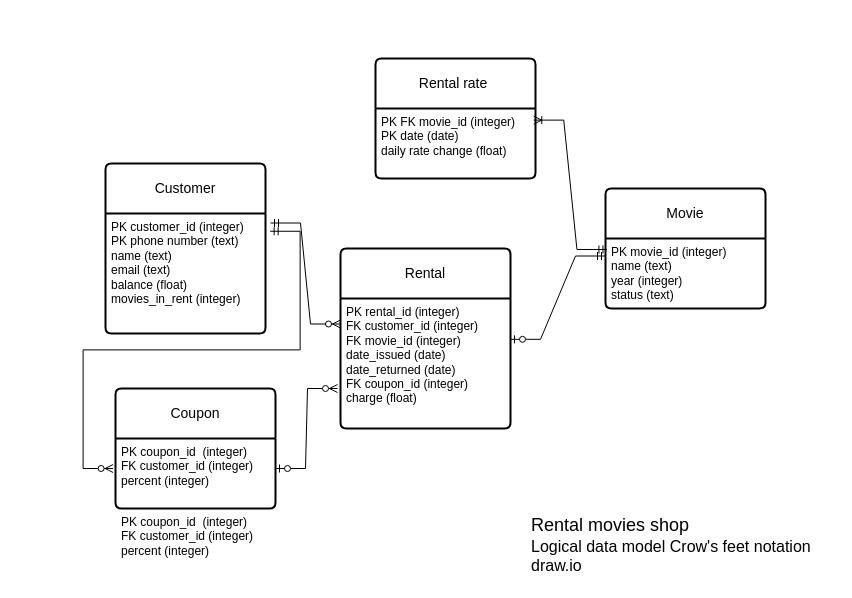
The draw.io diagram logical rental movie shop.drawio in boudzela/data_model_rental_movie_shop, before the edit. Source tidied: cells renumbered, new cells numbered last; positions are measured from the earlier drawing's top-left corner, leaving out a move shared by most shapes. Both pictures are drawn from the tidied source at 100%, with x=0, y=0 at pixel (-196, 58).
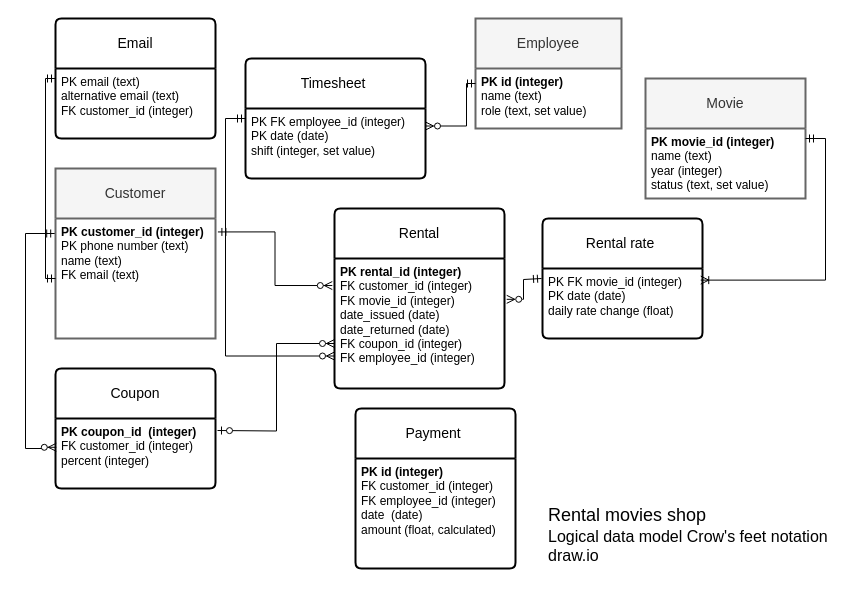
After the change.

The change refers to these unchanged cells:
```xml
<mxCell id="13" value="PK FK movie_id (integer)&lt;div&gt;PK date (date)&lt;/div&gt;&lt;div&gt;daily rate change (float)&amp;nbsp;&amp;nbsp;&lt;/div&gt;" style="align=left;strokeColor=none;fillColor=none;spacingLeft=4;spacingRight=4;fontSize=12;verticalAlign=top;html=1;whiteSpace=wrap;" parent="12" vertex="1">
  <mxGeometry y="50" width="160" height="70" as="geometry" />
</mxCell>
```

The edit, as a diff of the source:
```diff
@@
-    <mxCell id="2" value="Customer" style="swimlane;horizontal=1;startSize=50;rounded=1;fontSize=14;fontStyle=0;strokeWidth=2;shadow=0;dashed=0;align=center;arcSize=4;whiteSpace=wrap;html=1;" parent="1" vertex="1">
-      <mxGeometry x="301" y="105" width="160" height="170" as="geometry" />
+    <mxCell id="2" value="Customer" style="swimlane;horizontal=1;startSize=50;fontSize=14;fontStyle=0;strokeWidth=2;shadow=0;dashed=0;align=center;arcSize=4;whiteSpace=wrap;html=1;fillColor=#f5f5f5;fontColor=#333333;strokeColor=#666666;" parent="1" vertex="1">
+      <mxGeometry x="251" y="110" width="160" height="170" as="geometry" />
     </mxCell>
-    <mxCell id="3" value="PK customer_id (integer)&lt;br&gt;PK phone number (text)&lt;br&gt;name (text)&lt;br&gt;&lt;div&gt;email (text)&lt;/div&gt;&lt;div&gt;balance (float)&lt;/div&gt;&lt;div&gt;movies_in_rent (integer)&lt;/div&gt;" style="align=left;strokeColor=none;fillColor=none;spacingLeft=4;spacingRight=4;fontSize=12;verticalAlign=top;html=1;whiteSpace=wrap;" parent="2" vertex="1">
+    <mxCell id="3" value="&lt;b&gt;PK customer_id (integer)&lt;/b&gt;&lt;br&gt;PK phone number (text)&lt;br&gt;name (text)&lt;br&gt;&lt;div&gt;FK email (text)&lt;/div&gt;&lt;div&gt;&lt;br&gt;&lt;/div&gt;" style="align=left;strokeColor=none;fillColor=none;spacingLeft=4;spacingRight=4;fontSize=12;verticalAlign=top;html=1;whiteSpace=wrap;" parent="2" vertex="1">
       <mxGeometry y="50" width="160" height="120" as="geometry" />
     </mxCell>
-    <mxCell id="4" style="edgeStyle=entityRelationEdgeStyle;fontSize=12;html=1;endArrow=ERzeroToMany;startArrow=ERmandOne;rounded=0;entryX=-0.015;entryY=0.377;entryDx=0;entryDy=0;entryPerimeter=0;exitX=1.029;exitY=0.148;exitDx=0;exitDy=0;exitPerimeter=0;" parent="2" edge="1" source="3">
-      <mxGeometry relative="1" as="geometry">
-        <mxPoint x="7.6" y="305" as="targetPoint" />
-        <Array as="points">
-          <mxPoint x="-80" y="65" />
-          <mxPoint x="-277.4" y="57.6" />
-          <mxPoint x="-170.8" y="113.6" />
-          <mxPoint x="-300.8" y="123.6" />
-          <mxPoint x="-210.8" y="213.6" />
-          <mxPoint x="-190.8" y="63.6" />
-          <mxPoint x="-257.4" y="63.6" />
-          <mxPoint x="-184.4" y="-70.4" />
-          <mxPoint x="-277.4" y="143.6" />
-        </Array>
-      </mxGeometry>
-    </mxCell>
     <mxCell id="5" value="Coupon" style="swimlane;horizontal=1;startSize=50;rounded=1;fontSize=14;fontStyle=0;strokeWidth=2;shadow=0;dashed=0;align=center;arcSize=4;whiteSpace=wrap;html=1;" parent="1" vertex="1">
-      <mxGeometry x="311" y="330" width="160" height="120" as="geometry" />
+      <mxGeometry x="251" y="310" width="160" height="120" as="geometry" />
     </mxCell>
-    <mxCell id="6" value="PK coupon_id&amp;nbsp; (integer)&lt;br&gt;FK customer_id (integer)&lt;br&gt;percent (integer)" style="align=left;strokeColor=none;fillColor=none;spacingLeft=4;spacingRight=4;fontSize=12;verticalAlign=top;html=1;whiteSpace=wrap;" parent="5" vertex="1">
+    <mxCell id="6" value="&lt;b&gt;PK coupon_id&amp;nbsp; (integer)&lt;/b&gt;&lt;br&gt;FK customer_id (integer)&lt;br&gt;percent (integer)" style="align=left;strokeColor=none;fillColor=none;spacingLeft=4;spacingRight=4;fontSize=12;verticalAlign=top;html=1;whiteSpace=wrap;" parent="5" vertex="1">
       <mxGeometry y="50" width="160" height="70" as="geometry" />
     </mxCell>
-    <mxCell id="7" value="PK coupon_id&amp;nbsp; (integer)&lt;br&gt;FK customer_id (integer)&lt;br&gt;percent (integer)" style="align=left;strokeColor=none;fillColor=none;spacingLeft=4;spacingRight=4;fontSize=12;verticalAlign=top;html=1;whiteSpace=wrap;" parent="5" vertex="1">
-      <mxGeometry y="120" width="160" as="geometry" />
-    </mxCell>
     <mxCell id="8" value="Rental" style="swimlane;horizontal=1;startSize=50;rounded=1;fontSize=14;fontStyle=0;strokeWidth=2;shadow=0;dashed=0;align=center;arcSize=4;whiteSpace=wrap;html=1;" parent="1" vertex="1">
-      <mxGeometry x="536" y="190" width="170" height="180" as="geometry" />
+      <mxGeometry x="530" y="150" width="170" height="180" as="geometry" />
     </mxCell>
+    <mxCell id="19" style="edgeStyle=orthogonalEdgeStyle;fontSize=12;html=1;endArrow=ERmandOne;startArrow=ERzeroToMany;rounded=0;exitX=1.013;exitY=0.314;exitDx=0;exitDy=0;exitPerimeter=0;startFill=0;" parent="8" edge="1" source="9">
+      <mxGeometry relative="1" as="geometry">
+        <mxPoint x="207" y="70" as="targetPoint" />
+        <Array as="points">
+          <mxPoint x="189" y="91" />
+          <mxPoint x="189" y="71" />
+        </Array>
+      </mxGeometry>
+    </mxCell>
-    <mxCell id="9" value="PK rental_id (integer)&lt;br&gt;FK customer_id (integer)&lt;br&gt;FK movie_id (integer)&lt;div&gt;date_issued (date)&lt;/div&gt;&lt;div&gt;date_returned (date)&amp;nbsp;&amp;nbsp;&lt;/div&gt;&lt;div&gt;FK coupon_id (integer)&lt;/div&gt;&lt;div&gt;charge (float)&amp;nbsp;&lt;/div&gt;" style="align=left;strokeColor=none;fillColor=none;spacingLeft=4;spacingRight=4;fontSize=12;verticalAlign=top;html=1;whiteSpace=wrap;" parent="8" vertex="1">
+    <mxCell id="9" value="&lt;b&gt;PK rental_id (integer)&lt;/b&gt;&lt;br&gt;FK customer_id (integer)&lt;br&gt;FK movie_id (integer)&lt;div&gt;date_issued (date)&lt;/div&gt;&lt;div&gt;date_returned (date)&amp;nbsp;&amp;nbsp;&lt;/div&gt;&lt;div&gt;FK coupon_id (integer)&lt;/div&gt;&lt;div&gt;FK employee_id (integer)&lt;/div&gt;" style="align=left;strokeColor=none;fillColor=none;spacingLeft=4;spacingRight=4;fontSize=12;verticalAlign=top;html=1;whiteSpace=wrap;" parent="8" vertex="1">
       <mxGeometry y="50" width="170" height="130" as="geometry" />
     </mxCell>
-    <mxCell id="10" value="Movie" style="swimlane;horizontal=1;startSize=50;rounded=1;fontSize=14;fontStyle=0;strokeWidth=2;shadow=0;dashed=0;align=center;arcSize=4;whiteSpace=wrap;html=1;" parent="1" vertex="1">
-      <mxGeometry x="801" y="130" width="160" height="120" as="geometry" />
+    <mxCell id="10" value="Movie" style="swimlane;horizontal=1;startSize=50;fontSize=14;fontStyle=0;strokeWidth=2;shadow=0;dashed=0;align=center;arcSize=4;whiteSpace=wrap;html=1;fillColor=#f5f5f5;fontColor=#333333;strokeColor=#666666;" parent="1" vertex="1">
+      <mxGeometry x="841" y="20" width="160" height="120" as="geometry" />
     </mxCell>
-    <mxCell id="11" value="PK movie_id (integer)&lt;br&gt;name (text)&lt;div&gt;year (integer)&lt;br&gt;status (text)&lt;/div&gt;" style="align=left;strokeColor=none;fillColor=none;spacingLeft=4;spacingRight=4;fontSize=12;verticalAlign=top;html=1;whiteSpace=wrap;" parent="10" vertex="1">
+    <mxCell id="11" value="&lt;b&gt;PK movie_id (integer)&lt;/b&gt;&lt;br&gt;name (text)&lt;div&gt;year (integer)&lt;br&gt;status (text, set value)&lt;/div&gt;" style="align=left;strokeColor=none;fillColor=none;spacingLeft=4;spacingRight=4;fontSize=12;verticalAlign=top;html=1;whiteSpace=wrap;" parent="10" vertex="1">
       <mxGeometry y="50" width="160" height="70" as="geometry" />
     </mxCell>
     <mxCell id="12" value="Rental rate&amp;nbsp;" style="swimlane;horizontal=1;startSize=50;rounded=1;fontSize=14;fontStyle=0;strokeWidth=2;shadow=0;dashed=0;align=center;arcSize=4;whiteSpace=wrap;html=1;" parent="1" vertex="1">
-      <mxGeometry x="571" width="160" height="120" as="geometry" />
+      <mxGeometry x="738" y="160" width="160" height="120" as="geometry" />
     </mxCell>
@@
-    <mxCell id="14" style="edgeStyle=entityRelationEdgeStyle;fontSize=12;html=1;endArrow=ERzeroToMany;startArrow=ERmandOne;rounded=0;exitX=1.026;exitY=0.075;exitDx=0;exitDy=0;exitPerimeter=0;" parent="1" edge="1">
-      <mxGeometry relative="1" as="geometry">
-        <mxPoint x="466" y="164.5" as="sourcePoint" />
-        <mxPoint x="536" y="265.5" as="targetPoint" />
-        <Array as="points">
-          <mxPoint x="486" y="144.5" />
-        </Array>
-      </mxGeometry>
+    <mxCell id="14" style="edgeStyle=orthogonalEdgeStyle;fontSize=12;html=1;endArrow=ERzeroToMany;startArrow=ERmandOne;rounded=0;exitX=1.015;exitY=0.112;exitDx=0;exitDy=0;exitPerimeter=0;entryX=-0.013;entryY=0.208;entryDx=0;entryDy=0;entryPerimeter=0;" parent="1" edge="1" source="3" target="9">
+      <mxGeometry relative="1" as="geometry" />
     </mxCell>
-    <mxCell id="15" style="edgeStyle=entityRelationEdgeStyle;fontSize=12;html=1;endArrow=ERzeroToMany;startArrow=ERzeroToOne;rounded=0;" parent="1" edge="1">
+    <mxCell id="15" style="edgeStyle=orthogonalEdgeStyle;fontSize=12;html=1;endArrow=ERzeroToMany;startArrow=ERzeroToOne;rounded=0;entryX=0;entryY=0.75;entryDx=0;entryDy=0;" parent="1" edge="1" target="8">
       <mxGeometry relative="1" as="geometry">
-        <mxPoint x="471" y="410" as="sourcePoint" />
-        <mxPoint x="533" y="330" as="targetPoint" />
+        <mxPoint x="413" y="372" as="sourcePoint" />
       </mxGeometry>
     </mxCell>
-    <mxCell id="16" style="edgeStyle=entityRelationEdgeStyle;fontSize=12;html=1;endArrow=ERzeroToOne;startArrow=ERmandOne;rounded=0;exitX=0;exitY=0.25;exitDx=0;exitDy=0;entryX=1;entryY=0.314;entryDx=0;entryDy=0;entryPerimeter=0;" parent="1" edge="1" source="11" target="9">
-      <mxGeometry relative="1" as="geometry" />
-    </mxCell>
-    <mxCell id="17" style="edgeStyle=entityRelationEdgeStyle;fontSize=12;html=1;endArrow=ERoneToMany;startArrow=ERmandOne;rounded=0;entryX=0.989;entryY=0.166;entryDx=0;entryDy=0;entryPerimeter=0;exitX=0.009;exitY=0.157;exitDx=0;exitDy=0;exitPerimeter=0;" parent="1" edge="1" source="11" target="13">
-      <mxGeometry relative="1" as="geometry" />
+    <mxCell id="17" style="edgeStyle=orthogonalEdgeStyle;fontSize=12;html=1;endArrow=ERoneToMany;startArrow=ERmandOne;rounded=0;entryX=0.989;entryY=0.166;entryDx=0;entryDy=0;entryPerimeter=0;" parent="1" edge="1" source="11" target="13">
+      <mxGeometry relative="1" as="geometry">
+        <Array as="points">
+          <mxPoint x="1021" y="80" />
+          <mxPoint x="1021" y="222" />
+        </Array>
+      </mxGeometry>
     </mxCell>
     <mxCell id="18" value="&lt;font face=&quot;Helvetica&quot; style=&quot;font-size: 18px;&quot;&gt;Rental movies shop&amp;nbsp;&lt;/font&gt;&lt;div&gt;&lt;font face=&quot;Helvetica&quot; size=&quot;3&quot;&gt;Logical data model&amp;nbsp;&lt;span style=&quot;background-color: rgb(255, 255, 255);&quot;&gt;Crow's feet notation&lt;/span&gt;&lt;/font&gt;&lt;/div&gt;&lt;div&gt;&lt;font face=&quot;Helvetica&quot; size=&quot;3&quot;&gt;&lt;span style=&quot;background-color: rgb(255, 255, 255);&quot;&gt;draw.io&lt;/span&gt;&lt;/font&gt;&lt;/div&gt;" style="text;strokeColor=none;fillColor=none;spacingLeft=4;spacingRight=4;overflow=hidden;fontSize=12;whiteSpace=wrap;html=1;" parent="1" vertex="1">
-      <mxGeometry x="721" y="450" width="290" height="70" as="geometry" />
+      <mxGeometry x="738" y="440" width="290" height="70" as="geometry" />
     </mxCell>
+    <mxCell id="20" value="Email" style="swimlane;horizontal=1;startSize=50;rounded=1;fontSize=14;fontStyle=0;strokeWidth=2;shadow=0;dashed=0;align=center;arcSize=4;whiteSpace=wrap;html=1;" parent="1" vertex="1">
+      <mxGeometry x="251" y="-40" width="160" height="120" as="geometry" />
+    </mxCell>
+    <mxCell id="21" value="PK email (text)&lt;div&gt;alternative email (text)&amp;nbsp;&amp;nbsp;&lt;/div&gt;&lt;div&gt;FK customer_id (integer)&lt;/div&gt;" style="align=left;strokeColor=none;fillColor=none;spacingLeft=4;spacingRight=4;fontSize=12;verticalAlign=top;html=1;whiteSpace=wrap;" parent="20" vertex="1">
+      <mxGeometry y="50" width="160" height="70" as="geometry" />
+    </mxCell>
+    <mxCell id="22" style="edgeStyle=elbowEdgeStyle;fontSize=12;html=1;endArrow=ERmandOne;startArrow=ERzeroToMany;rounded=0;exitX=0;exitY=0.75;exitDx=0;exitDy=0;startFill=0;" parent="20" edge="1" source="9">
+      <mxGeometry relative="1" as="geometry">
+        <mxPoint x="190" y="100" as="targetPoint" />
+        <Array as="points">
+          <mxPoint x="170" y="210" />
+        </Array>
+      </mxGeometry>
+    </mxCell>
+    <mxCell id="23" value="Employee" style="swimlane;horizontal=1;startSize=50;fontSize=14;fontStyle=0;strokeWidth=2;shadow=0;dashed=0;align=center;arcSize=4;whiteSpace=wrap;html=1;fillColor=#f5f5f5;fontColor=#333333;strokeColor=#666666;" parent="1" vertex="1">
+      <mxGeometry x="671" y="-40" width="146" height="110" as="geometry" />
+    </mxCell>
+    <mxCell id="24" value="&lt;b&gt;PK id (integer)&lt;/b&gt;&lt;div&gt;name (text)&lt;/div&gt;&lt;div&gt;role (text, set value)&lt;/div&gt;" style="align=left;strokeColor=none;fillColor=none;spacingLeft=4;spacingRight=4;fontSize=12;verticalAlign=top;html=1;whiteSpace=wrap;" parent="23" vertex="1">
+      <mxGeometry y="50" width="146" height="60" as="geometry" />
+    </mxCell>
+    <mxCell id="25" style="edgeStyle=orthogonalEdgeStyle;rounded=0;orthogonalLoop=1;jettySize=auto;html=1;exitX=0.5;exitY=1;exitDx=0;exitDy=0;" parent="23" edge="1" source="24" target="24">
+      <mxGeometry relative="1" as="geometry" />
+    </mxCell>
+    <mxCell id="26" style="edgeStyle=orthogonalEdgeStyle;rounded=0;orthogonalLoop=1;jettySize=auto;html=1;exitX=0.5;exitY=1;exitDx=0;exitDy=0;" parent="23" edge="1" source="24" target="24">
+      <mxGeometry relative="1" as="geometry" />
+    </mxCell>
+    <mxCell id="27" value="Payment&amp;nbsp;" style="swimlane;horizontal=1;startSize=50;rounded=1;fontSize=14;fontStyle=0;strokeWidth=2;shadow=0;dashed=0;align=center;arcSize=4;whiteSpace=wrap;html=1;" parent="1" vertex="1">
+      <mxGeometry x="551" y="350" width="160" height="160" as="geometry" />
+    </mxCell>
+    <mxCell id="28" value="&lt;b&gt;PK id (integer)&lt;/b&gt;&lt;div&gt;FK customer_id (integer)&lt;/div&gt;&lt;div&gt;FK employee_id&lt;span style=&quot;background-color: transparent; color: light-dark(rgb(0, 0, 0), rgb(255, 255, 255));&quot;&gt;&amp;nbsp;(integer)&lt;/span&gt;&lt;/div&gt;&lt;div&gt;date&amp;nbsp; (date)&lt;/div&gt;&lt;div&gt;amount (float, calculated)&lt;/div&gt;" style="align=left;strokeColor=none;fillColor=none;spacingLeft=4;spacingRight=4;fontSize=12;verticalAlign=top;html=1;whiteSpace=wrap;" parent="27" vertex="1">
+      <mxGeometry y="50" width="160" height="110" as="geometry" />
+    </mxCell>
+    <mxCell id="4" style="edgeStyle=orthogonalEdgeStyle;fontSize=12;html=1;endArrow=ERzeroToMany;startArrow=ERmandOne;rounded=0;exitX=-0.005;exitY=0.125;exitDx=0;exitDy=0;exitPerimeter=0;entryX=0.005;entryY=0.411;entryDx=0;entryDy=0;entryPerimeter=0;" parent="1" edge="1" source="3" target="6">
+      <mxGeometry relative="1" as="geometry">
+        <Array as="points">
+          <mxPoint x="221" y="175" />
+          <mxPoint x="221" y="390" />
+          <mxPoint x="241" y="390" />
+          <mxPoint x="241" y="389" />
+        </Array>
+      </mxGeometry>
+    </mxCell>
+    <mxCell id="29" style="edgeStyle=orthogonalEdgeStyle;fontSize=12;html=1;endArrow=ERmandOne;startArrow=ERmandOne;rounded=0;entryX=0;entryY=0.143;entryDx=0;entryDy=0;entryPerimeter=0;exitX=0;exitY=0.5;exitDx=0;exitDy=0;" parent="1" edge="1" source="3" target="21">
+      <mxGeometry relative="1" as="geometry" />
+    </mxCell>
+    <mxCell id="30" value="Timesheet&amp;nbsp;" style="swimlane;horizontal=1;startSize=50;rounded=1;fontSize=14;fontStyle=0;strokeWidth=2;shadow=0;dashed=0;align=center;arcSize=4;whiteSpace=wrap;html=1;" parent="1" vertex="1">
+      <mxGeometry x="441" width="180" height="120" as="geometry" />
+    </mxCell>
+    <mxCell id="31" value="PK FK employee_id (integer)&lt;div&gt;PK date (date)&lt;/div&gt;&lt;div&gt;shift (integer, set value)&lt;/div&gt;" style="align=left;strokeColor=none;fillColor=none;spacingLeft=4;spacingRight=4;fontSize=12;verticalAlign=top;html=1;whiteSpace=wrap;" parent="30" vertex="1">
+      <mxGeometry y="50" width="180" height="70" as="geometry" />
+    </mxCell>
+    <mxCell id="32" style="edgeStyle=orthogonalEdgeStyle;fontSize=12;html=1;endArrow=ERmandOne;rounded=0;exitX=1;exitY=0.25;exitDx=0;exitDy=0;entryX=0;entryY=0.25;entryDx=0;entryDy=0;startArrow=ERzeroToMany;startFill=0;" parent="1" edge="1" source="31" target="24">
+      <mxGeometry relative="1" as="geometry">
+        <Array as="points">
+          <mxPoint x="662" y="68" />
+          <mxPoint x="662" y="25" />
+        </Array>
+      </mxGeometry>
+    </mxCell>
```
